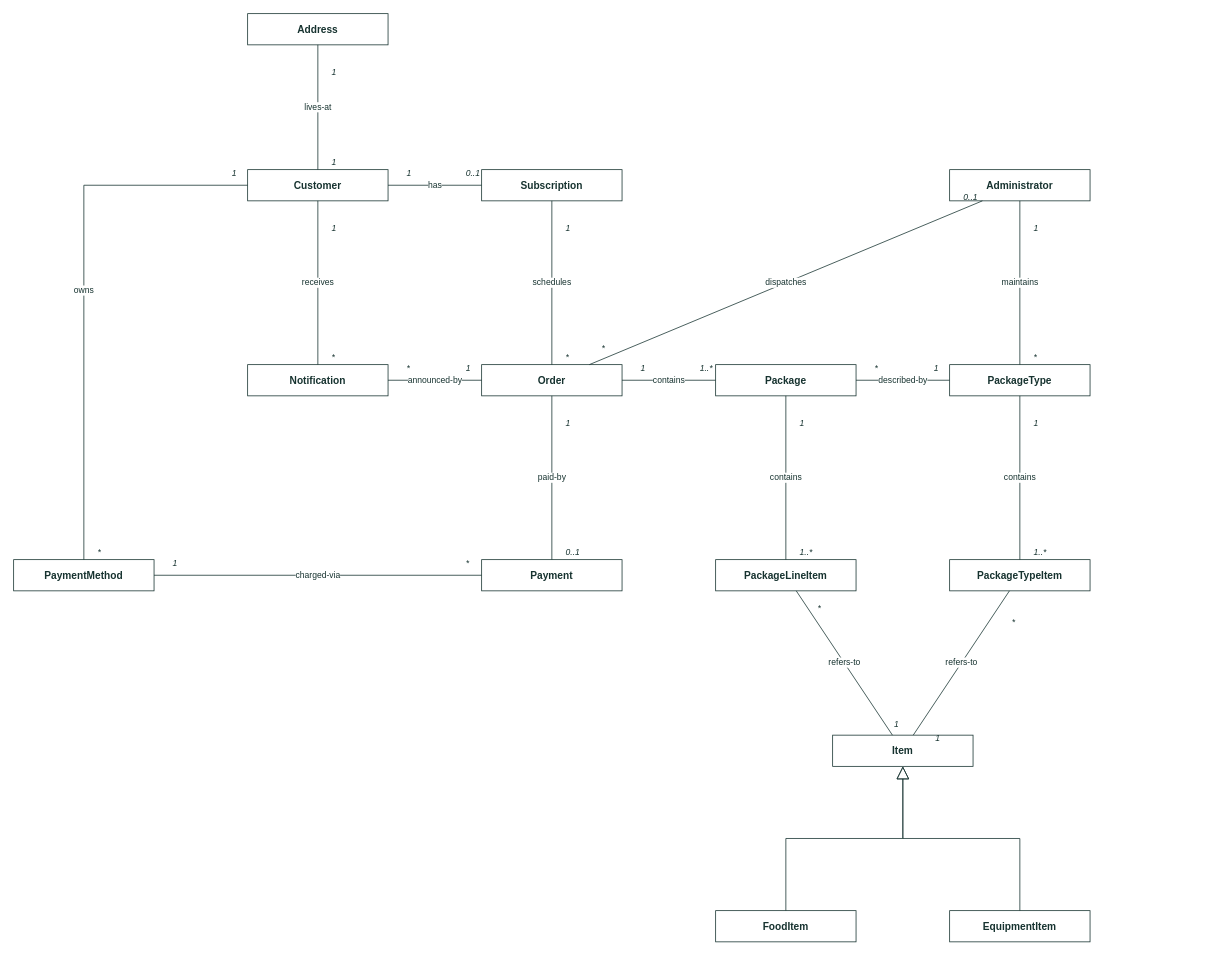
Earlier version of the draw.io diagram page "Classes only" (2 of 3) of docs/assets/drawio/domain-model.drawio (Mosekjaer/prepmeup). Source tidied: cells renumbered, new cells numbered last; positions are measured from the earlier drawing's top-left corner, leaving out a move shared by most shapes. Both pictures are drawn from the tidied source at 78%, with x=0, y=0 at pixel (13, 13).
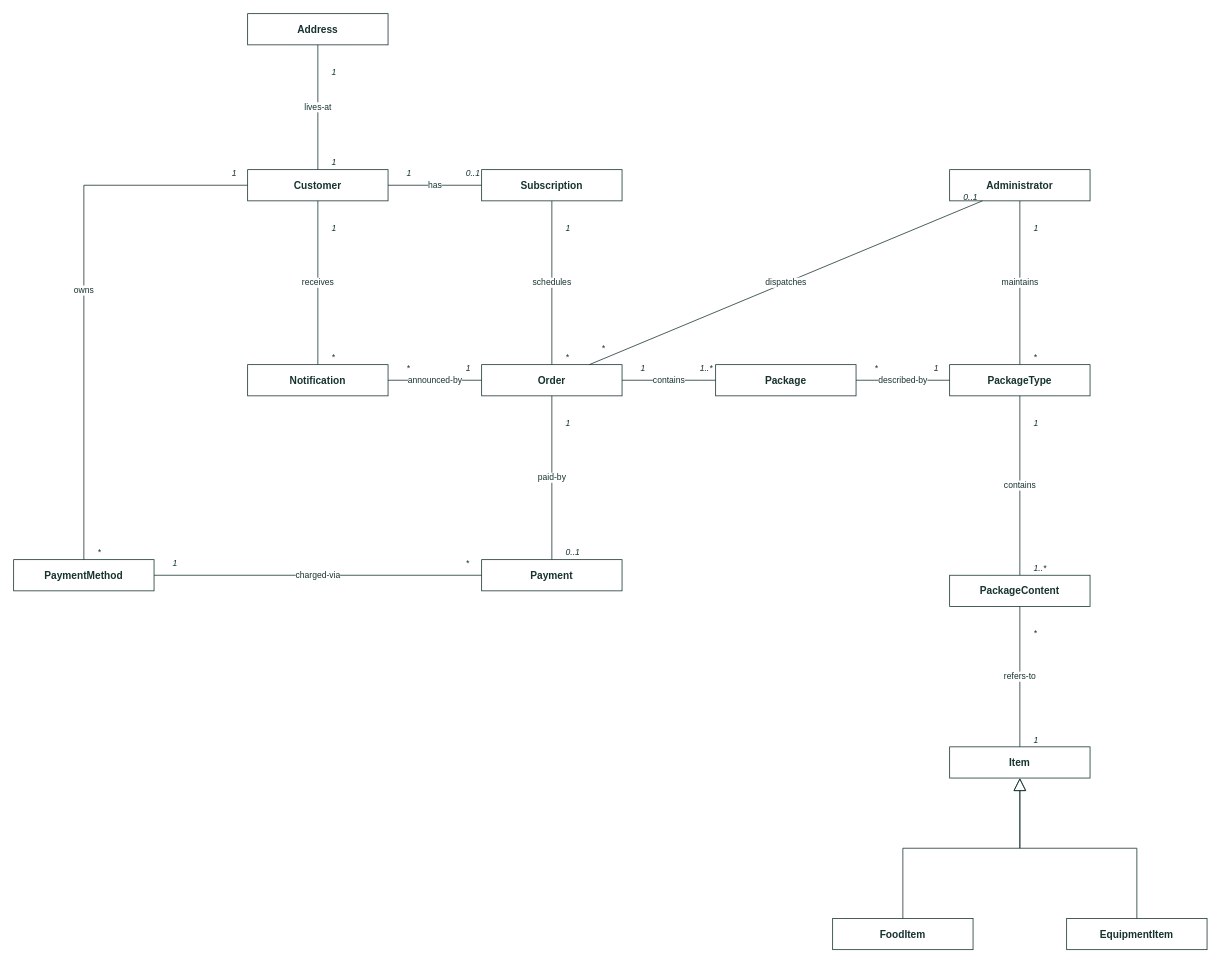
Above is the later version.

Unchanged cells that the change refers to:
```xml
<mxCell id="8" value="Package" style="rounded=0;whiteSpace=wrap;html=1;fillColor=#FFFFFF;strokeColor=#173330;fontColor=#173330;fontStyle=1;fontSize=13;" parent="1" vertex="1">
  <mxGeometry x="900" y="450" width="180" height="40" as="geometry" />
</mxCell>
```

The edit, as a diff of the source:
```diff
@@
-    <mxCell id="12" value="PackageLineItem" style="rounded=0;whiteSpace=wrap;html=1;fillColor=#FFFFFF;strokeColor=#173330;fontColor=#173330;fontStyle=1;fontSize=13;" parent="1" vertex="1">
-      <mxGeometry x="900" y="700" width="180" height="40" as="geometry" />
-    </mxCell>
-    <mxCell id="13" value="PackageTypeItem" style="rounded=0;whiteSpace=wrap;html=1;fillColor=#FFFFFF;strokeColor=#173330;fontColor=#173330;fontStyle=1;fontSize=13;" parent="1" vertex="1">
-      <mxGeometry x="1200" y="700" width="180" height="40" as="geometry" />
+    <mxCell id="13" value="PackageContent" style="rounded=0;whiteSpace=wrap;html=1;fillColor=#FFFFFF;strokeColor=#173330;fontColor=#173330;fontStyle=1;fontSize=13;" parent="1" vertex="1">
+      <mxGeometry x="1200" y="720" width="180" height="40" as="geometry" />
     </mxCell>
     <mxCell id="14" value="Item" style="rounded=0;whiteSpace=wrap;html=1;fillColor=#FFFFFF;strokeColor=#173330;fontColor=#173330;fontStyle=1;fontSize=13;" parent="1" vertex="1">
-      <mxGeometry x="1050" y="925" width="180" height="40" as="geometry" />
+      <mxGeometry x="1200" y="940" width="180" height="40" as="geometry" />
     </mxCell>
     <mxCell id="15" value="FoodItem" style="rounded=0;whiteSpace=wrap;html=1;fillColor=#FFFFFF;strokeColor=#173330;fontColor=#173330;fontStyle=1;fontSize=13;" parent="1" vertex="1">
-      <mxGeometry x="900" y="1150" width="180" height="40" as="geometry" />
+      <mxGeometry x="1050" y="1160" width="180" height="40" as="geometry" />
     </mxCell>
     <mxCell id="16" value="EquipmentItem" style="rounded=0;whiteSpace=wrap;html=1;fillColor=#FFFFFF;strokeColor=#173330;fontColor=#173330;fontStyle=1;fontSize=13;" parent="1" vertex="1">
-      <mxGeometry x="1200" y="1150" width="180" height="40" as="geometry" />
+      <mxGeometry x="1350" y="1160" width="180" height="40" as="geometry" />
     </mxCell>
@@
-    <mxCell id="56" value="contains" style="endArrow=none;html=1;rounded=0;strokeColor=#173330;fontColor=#173330;fontSize=11;labelBackgroundColor=#FFFFFF;" parent="1" edge="1" source="8" target="12">
+    <mxCell id="56" value="refers-to" style="endArrow=none;html=1;rounded=0;strokeColor=#173330;fontColor=#173330;fontSize=11;labelBackgroundColor=#FFFFFF;" parent="1" edge="1" source="13" target="14">
       <mxGeometry relative="1" as="geometry" />
     </mxCell>
-    <mxCell id="57" value="1" style="edgeLabel;html=1;fontSize=11;fontStyle=2;fontColor=#173330;labelBackgroundColor=none;" parent="56" vertex="1">
+    <mxCell id="57" value="*" style="edgeLabel;html=1;fontSize=11;fontStyle=2;fontColor=#173330;labelBackgroundColor=none;" parent="56" vertex="1">
       <mxGeometry x="-1" relative="1" as="geometry">
         <mxPoint x="16" y="22" as="offset" />
       </mxGeometry>
     </mxCell>
-    <mxCell id="58" value="1..*" style="edgeLabel;html=1;fontSize=11;fontStyle=2;fontColor=#173330;labelBackgroundColor=none;" parent="56" vertex="1">
+    <mxCell id="58" value="1" style="edgeLabel;html=1;fontSize=11;fontStyle=2;fontColor=#173330;labelBackgroundColor=none;" parent="56" vertex="1">
       <mxGeometry x="1" relative="1" as="geometry">
         <mxPoint x="16" y="-22" as="offset" />
       </mxGeometry>
     </mxCell>
-    <mxCell id="59" value="refers-to" style="endArrow=none;html=1;rounded=0;strokeColor=#173330;fontColor=#173330;fontSize=11;labelBackgroundColor=#FFFFFF;" parent="1" edge="1" source="12" target="14">
-      <mxGeometry relative="1" as="geometry" />
-    </mxCell>
-    <mxCell id="60" value="*" style="edgeLabel;html=1;fontSize=11;fontStyle=2;fontColor=#173330;labelBackgroundColor=none;" parent="59" vertex="1">
-      <mxGeometry x="-1" relative="1" as="geometry">
-        <mxPoint x="26" y="9" as="offset" />
-      </mxGeometry>
-    </mxCell>
-    <mxCell id="61" value="1" style="edgeLabel;html=1;fontSize=11;fontStyle=2;fontColor=#173330;labelBackgroundColor=none;" parent="59" vertex="1">
-      <mxGeometry x="1" relative="1" as="geometry">
-        <mxPoint x="1" y="-27" as="offset" />
-      </mxGeometry>
-    </mxCell>
-    <mxCell id="62" value="refers-to" style="endArrow=none;html=1;rounded=0;strokeColor=#173330;fontColor=#173330;fontSize=11;labelBackgroundColor=#FFFFFF;" parent="1" edge="1" source="13" target="14">
-      <mxGeometry relative="1" as="geometry" />
-    </mxCell>
-    <mxCell id="63" value="*" style="edgeLabel;html=1;fontSize=11;fontStyle=2;fontColor=#173330;labelBackgroundColor=none;" parent="62" vertex="1">
-      <mxGeometry x="-1" relative="1" as="geometry">
-        <mxPoint x="1" y="27" as="offset" />
-      </mxGeometry>
-    </mxCell>
-    <mxCell id="64" value="1" style="edgeLabel;html=1;fontSize=11;fontStyle=2;fontColor=#173330;labelBackgroundColor=none;" parent="62" vertex="1">
-      <mxGeometry x="1" relative="1" as="geometry">
-        <mxPoint x="26" y="-9" as="offset" />
-      </mxGeometry>
-    </mxCell>
```
